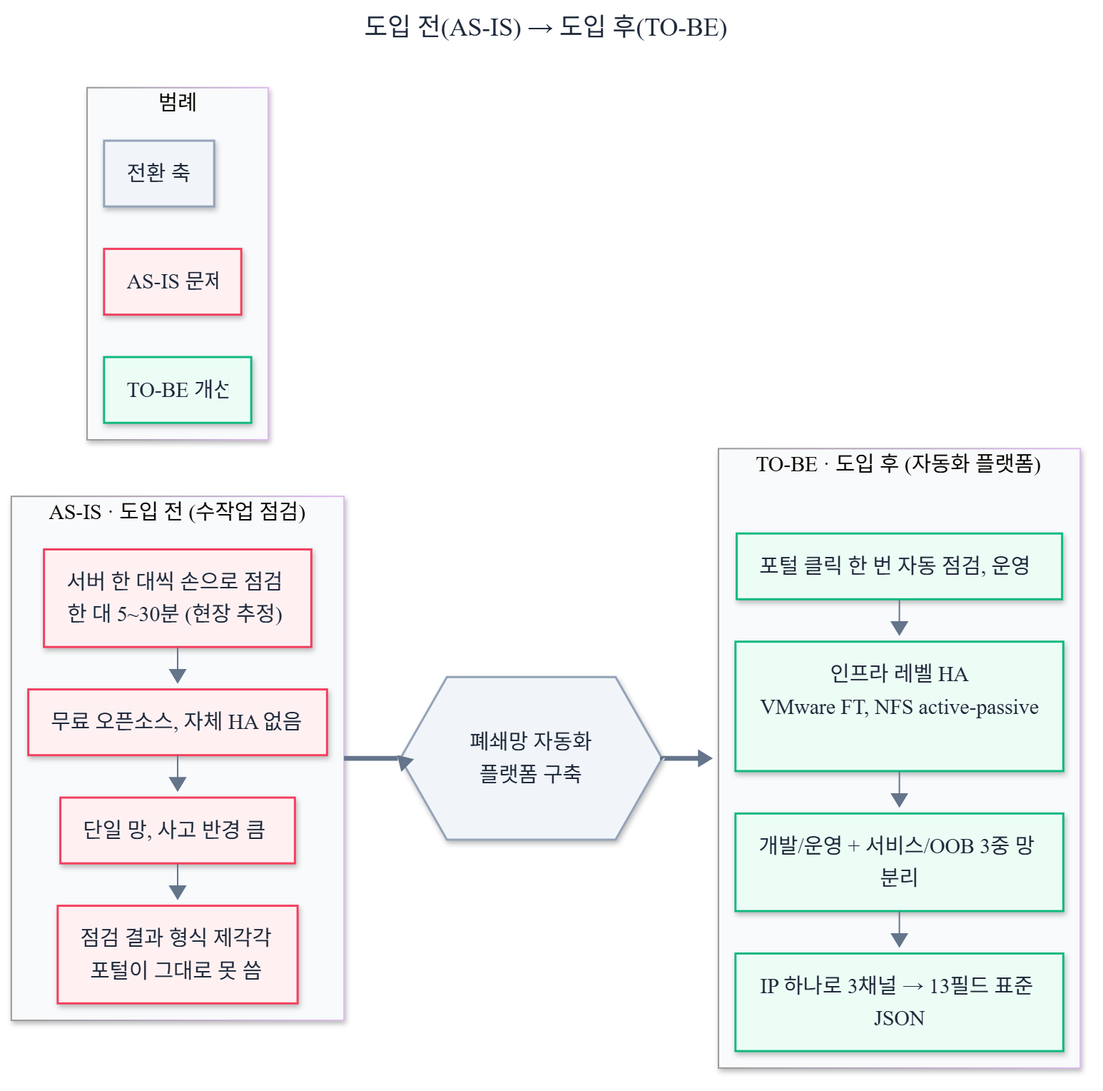
Earlier version of the Mermaid export SK하이닉스 인프라 자동화 플랫폼 개발/diagrams/55-before-after.png (hshwang1994/portfolio). Its source is kept beside it as SK하이닉스 인프라 자동화 플랫폼 개발/diagrams/55-before-after.mmd.
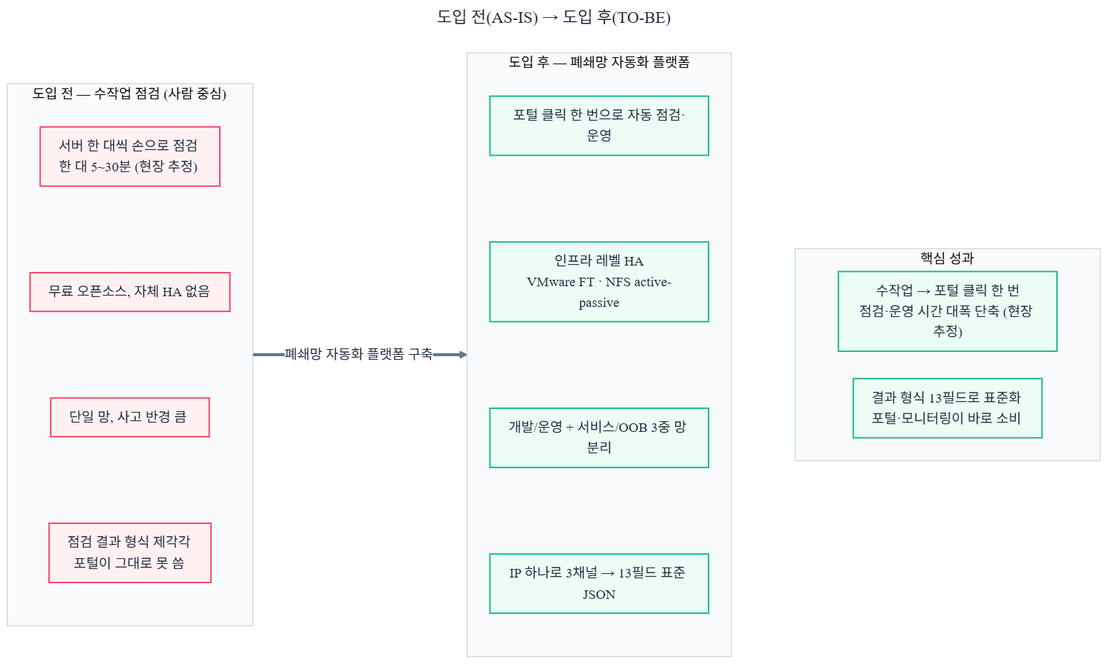
The same file after the commit.

Change to the diagram source:
```diff
@@ -1,8 +1,6 @@
 ---
 title: 도입 전(AS-IS) → 도입 후(TO-BE)
 config:
-  layout: elk
-  look: neo
   theme: base
   themeVariables:
     fontFamily: 'Pretendard, Malgun Gothic, Noto Sans KR, sans-serif'
@@ -12,37 +10,39 @@
     edgeLabelBackground: '#FFFFFF'
     clusterBkg: '#F8FAFC'
     clusterBorder: '#CBD5E1'
+  flowchart:
+    nodeSpacing: 30
+    rankSpacing: 70
+    padding: 10
 ---
 flowchart LR
-  subgraph ASIS["AS-IS · 도입 전 (수작업 점검)"]
+  subgraph ASIS["도입 전 — 수작업 점검 (사람 중심)"]
     direction TB
     A1["서버 한 대씩 손으로 점검<br/>한 대 5~30분 (현장 추정)"]:::bad
     A2["무료 오픈소스, 자체 HA 없음"]:::bad
     A3["단일 망, 사고 반경 큼"]:::bad
     A4["점검 결과 형식 제각각<br/>포털이 그대로 못 씀"]:::bad
-    A1 --> A2 --> A3 --> A4
+    A1 ~~~ A2 ~~~ A3 ~~~ A4
   end
 
-  BRIDGE{{"폐쇄망 자동화<br/>플랫폼 구축"}}:::axis
-
-  subgraph TOBE["TO-BE · 도입 후 (자동화 플랫폼)"]
+  subgraph TOBE["도입 후 — 폐쇄망 자동화 플랫폼"]
     direction TB
-    B1["포털 클릭 한 번 자동 점검, 운영"]:::good
-    B2["인프라 레벨 HA<br/>VMware FT, NFS active-passive"]:::good
+    B1["포털 클릭 한 번으로 자동 점검·운영"]:::good
+    B2["인프라 레벨 HA<br/>VMware FT · NFS active-passive"]:::good
     B3["개발/운영 + 서비스/OOB 3중 망 분리"]:::good
     B4["IP 하나로 3채널 → 13필드 표준 JSON"]:::good
-    B1 --> B2 --> B3 --> B4
+    B1 ~~~ B2 ~~~ B3 ~~~ B4
   end
 
-  ASIS ==> BRIDGE ==> TOBE
+  ASIS ==>|"폐쇄망 자동화 플랫폼 구축"| TOBE
 
-  subgraph LEGEND["범례"]
+  subgraph WIN["핵심 성과"]
     direction LR
-    L1["AS-IS 문제"]:::bad
-    L2["전환 축"]:::axis
-    L3["TO-BE 개선"]:::good
+    W1["수작업 → 포털 클릭 한 번<br/>점검·운영 시간 대폭 단축 (현장 추정)"]:::good
+    W2["결과 형식 13필드로 표준화<br/>포털·모니터링이 바로 소비"]:::good
   end
+
+  TOBE ~~~ WIN
 
   classDef bad fill:#FFF1F2,stroke:#F43F5E,color:#1E293B,stroke-width:1.5px
   classDef good fill:#ECFDF5,stroke:#10B981,color:#1E293B,stroke-width:1.5px
-  classDef axis fill:#F1F5F9,stroke:#94A3B8,color:#1E293B,stroke-width:1.5px
```
